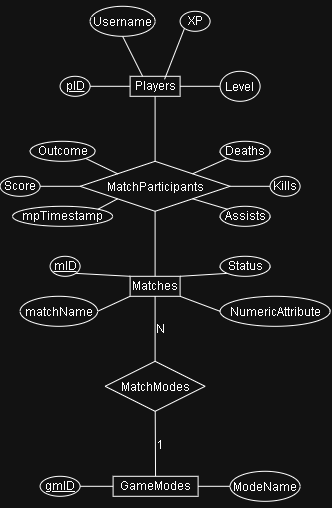
jangwmpt7/ex603-game-telemetry-database keeps this draw.io diagram as schema/ERD.png. Above is the earlier version. Source tidied: cells renumbered, new cells last; positions are measured from the earlier drawing's top-left corner, leaving out a move shared by most shapes.
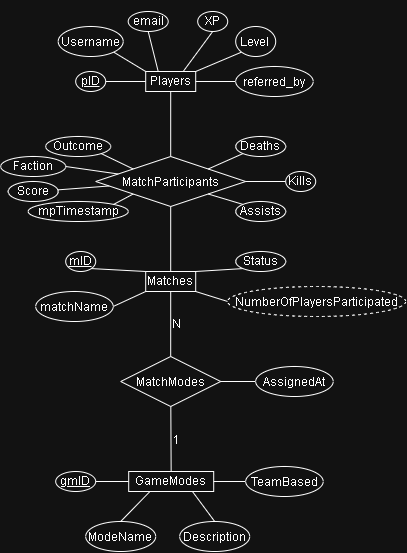
After the change.

What changed in the source:
```diff
@@ -45,32 +45,32 @@
     <mxCell id="14" value="&lt;u&gt;pID&lt;/u&gt;" style="ellipse;whiteSpace=wrap;html=1;shapeInside=1;" parent="1" vertex="1">
       <mxGeometry x="60" y="70" width="30" height="20" as="geometry" />
     </mxCell>
-    <mxCell id="15" style="edgeStyle=none;curved=1;rounded=0;jettySize=auto;html=1;exitX=0;exitY=0.5;exitDx=0;exitDy=0;entryX=1;entryY=0.5;entryDx=0;entryDy=0;fontSize=12;startSize=8;endSize=8;endArrow=none;endFill=0;" parent="1" edge="1" source="16" target="3">
+    <mxCell id="15" style="edgeStyle=none;curved=1;rounded=0;jettySize=auto;html=1;exitX=0;exitY=1;exitDx=0;exitDy=0;entryX=1;entryY=0;entryDx=0;entryDy=0;fontSize=12;startSize=8;endSize=8;endArrow=none;endFill=0;" parent="1" edge="1" source="16" target="3">
       <mxGeometry relative="1" as="geometry" />
     </mxCell>
     <mxCell id="16" value="Level" style="ellipse;whiteSpace=wrap;html=1;shapeInside=1;" parent="1" vertex="1">
-      <mxGeometry x="220" y="65" width="40" height="30" as="geometry" />
+      <mxGeometry x="220" y="25" width="40" height="30" as="geometry" />
     </mxCell>
-    <mxCell id="17" style="edgeStyle=none;curved=1;rounded=0;jettySize=auto;html=1;exitX=0.5;exitY=1;exitDx=0;exitDy=0;entryX=0.25;entryY=0;entryDx=0;entryDy=0;fontSize=12;startSize=8;endSize=8;endArrow=none;endFill=0;" parent="1" edge="1" source="18" target="3">
+    <mxCell id="17" style="edgeStyle=none;curved=1;rounded=0;jettySize=auto;html=1;exitX=1;exitY=1;exitDx=0;exitDy=0;entryX=0;entryY=0;entryDx=0;entryDy=0;fontSize=12;startSize=8;endSize=8;endArrow=none;endFill=0;" parent="1" edge="1" source="18" target="3">
       <mxGeometry relative="1" as="geometry" />
     </mxCell>
     <mxCell id="18" value="Username" style="ellipse;whiteSpace=wrap;html=1;shapeInside=1;" parent="1" vertex="1">
-      <mxGeometry x="90" width="65" height="30" as="geometry" />
+      <mxGeometry x="42.5" y="25" width="65" height="30" as="geometry" />
     </mxCell>
     <mxCell id="19" value="XP" style="ellipse;whiteSpace=wrap;html=1;shapeInside=1;" parent="1" vertex="1">
-      <mxGeometry x="180" y="5" width="30" height="20" as="geometry" />
+      <mxGeometry x="182" y="10" width="30" height="20" as="geometry" />
     </mxCell>
-    <mxCell id="20" style="edgeStyle=none;curved=1;rounded=0;jettySize=auto;html=1;exitX=0;exitY=1;exitDx=0;exitDy=0;entryX=0.689;entryY=0.15;entryDx=0;entryDy=0;entryPerimeter=0;fontSize=12;startSize=8;endSize=8;endArrow=none;endFill=0;" parent="1" edge="1" source="19" target="3">
+    <mxCell id="20" style="edgeStyle=none;curved=1;rounded=0;jettySize=auto;html=1;exitX=0.5;exitY=1;exitDx=0;exitDy=0;entryX=0.75;entryY=0;entryDx=0;entryDy=0;fontSize=12;startSize=8;endSize=8;endArrow=none;endFill=0;" parent="1" edge="1" source="19" target="3">
       <mxGeometry relative="1" as="geometry" />
     </mxCell>
     <mxCell id="21" value="mpTimestamp" style="ellipse;whiteSpace=wrap;html=1;shapeInside=1;" parent="1" vertex="1">
       <mxGeometry x="12.5" y="200" width="100" height="20" as="geometry" />
     </mxCell>
-    <mxCell id="22" style="edgeStyle=none;curved=1;rounded=0;jettySize=auto;html=1;exitX=1;exitY=0.5;exitDx=0;exitDy=0;entryX=0;entryY=0.5;entryDx=0;entryDy=0;fontSize=12;startSize=8;endSize=8;endArrow=none;endFill=0;" parent="1" edge="1" source="23" target="9">
+    <mxCell id="22" style="edgeStyle=none;curved=1;rounded=0;jettySize=auto;html=1;fontSize=12;startSize=8;endSize=8;endArrow=none;endFill=0;" parent="1" edge="1" source="23" target="9">
       <mxGeometry relative="1" as="geometry" />
     </mxCell>
     <mxCell id="23" value="Score" style="ellipse;whiteSpace=wrap;html=1;shapeInside=1;" parent="1" vertex="1">
-      <mxGeometry y="170" width="40" height="20" as="geometry" />
+      <mxGeometry x="-7.5" y="180" width="50" height="20" as="geometry" />
     </mxCell>
     <mxCell id="24" style="edgeStyle=none;curved=1;rounded=0;jettySize=auto;html=1;exitX=1;exitY=1;exitDx=0;exitDy=0;entryX=0;entryY=0;entryDx=0;entryDy=0;fontSize=12;startSize=8;endSize=8;endArrow=none;endFill=0;" parent="1" edge="1" source="25" target="9">
       <mxGeometry relative="1" as="geometry" />
@@ -120,8 +120,8 @@
     <mxCell id="39" style="edgeStyle=none;curved=1;rounded=0;jettySize=auto;html=1;exitX=0;exitY=0.5;exitDx=0;exitDy=0;entryX=1;entryY=1;entryDx=0;entryDy=0;fontSize=12;startSize=8;endSize=8;endArrow=none;endFill=0;" parent="1" edge="1" source="40" target="5">
       <mxGeometry relative="1" as="geometry" />
     </mxCell>
-    <mxCell id="40" value="NumericAttribute" style="ellipse;whiteSpace=wrap;html=1;shapeInside=1;" parent="1" vertex="1">
-      <mxGeometry x="220" y="290" width="110" height="30" as="geometry" />
+    <mxCell id="40" value="NumberOfPlayersParticipated" style="ellipse;whiteSpace=wrap;html=1;shapeInside=1;dashed=1;" parent="1" vertex="1">
+      <mxGeometry x="212" y="285" width="178" height="30" as="geometry" />
     </mxCell>
     <mxCell id="41" style="edgeStyle=none;curved=1;rounded=0;jettySize=auto;html=1;exitX=1;exitY=0.5;exitDx=0;exitDy=0;entryX=0;entryY=0.5;entryDx=0;entryDy=0;fontSize=12;startSize=8;endSize=8;endArrow=none;endFill=0;" parent="1" edge="1" source="42" target="8">
       <mxGeometry relative="1" as="geometry" />
@@ -132,8 +132,44 @@
     <mxCell id="43" style="edgeStyle=none;curved=1;rounded=0;jettySize=auto;html=1;exitX=0;exitY=0.5;exitDx=0;exitDy=0;fontSize=12;startSize=8;endSize=8;endArrow=none;endFill=0;" parent="1" edge="1" source="44" target="8">
       <mxGeometry relative="1" as="geometry" />
     </mxCell>
-    <mxCell id="44" value="ModeName" style="ellipse;whiteSpace=wrap;html=1;shapeInside=1;" parent="1" vertex="1">
-      <mxGeometry x="230" y="465" width="70" height="30" as="geometry" />
+    <mxCell id="44" value="TeamBased" style="ellipse;whiteSpace=wrap;html=1;shapeInside=1;" parent="1" vertex="1">
+      <mxGeometry x="230" y="465" width="77.5" height="30" as="geometry" />
     </mxCell>
+    <mxCell id="45" style="edgeStyle=none;curved=1;rounded=0;jettySize=auto;html=1;exitX=0;exitY=0.5;exitDx=0;exitDy=0;entryX=1;entryY=0.5;entryDx=0;entryDy=0;fontSize=12;startSize=8;endSize=8;startArrow=none;startFill=0;endArrow=none;endFill=0;" parent="1" edge="1" source="46" target="3">
+      <mxGeometry relative="1" as="geometry" />
+    </mxCell>
+    <mxCell id="46" value="referred_by" style="ellipse;whiteSpace=wrap;html=1;shapeInside=1;" parent="1" vertex="1">
+      <mxGeometry x="220" y="65" width="77.5" height="30" as="geometry" />
+    </mxCell>
+    <mxCell id="47" style="edgeStyle=none;curved=1;rounded=0;jettySize=auto;html=1;exitX=0.5;exitY=1;exitDx=0;exitDy=0;entryX=0.25;entryY=0;entryDx=0;entryDy=0;fontSize=12;startSize=8;endSize=8;endArrow=none;endFill=0;" parent="1" edge="1" source="48" target="3">
+      <mxGeometry relative="1" as="geometry" />
+    </mxCell>
+    <mxCell id="48" value="email" style="ellipse;whiteSpace=wrap;html=1;shapeInside=1;" parent="1" vertex="1">
+      <mxGeometry x="112.5" y="10" width="40" height="20" as="geometry" />
+    </mxCell>
+    <mxCell id="49" style="edgeStyle=none;curved=1;rounded=0;jettySize=auto;html=1;exitX=0.5;exitY=0;exitDx=0;exitDy=0;entryX=0.25;entryY=1;entryDx=0;entryDy=0;fontSize=12;startSize=8;endSize=8;endArrow=none;endFill=0;" parent="1" edge="1" source="50" target="8">
+      <mxGeometry relative="1" as="geometry" />
+    </mxCell>
+    <mxCell id="50" value="ModeName" style="ellipse;whiteSpace=wrap;html=1;shapeInside=1;" parent="1" vertex="1">
+      <mxGeometry x="70" y="520" width="70" height="30" as="geometry" />
+    </mxCell>
+    <mxCell id="51" style="edgeStyle=none;curved=1;rounded=0;jettySize=auto;html=1;exitX=0.5;exitY=0;exitDx=0;exitDy=0;entryX=0.75;entryY=1;entryDx=0;entryDy=0;fontSize=12;startSize=8;endSize=8;endArrow=none;endFill=0;" parent="1" edge="1" source="52" target="8">
+      <mxGeometry relative="1" as="geometry" />
+    </mxCell>
+    <mxCell id="52" value="Description" style="ellipse;whiteSpace=wrap;html=1;shapeInside=1;" parent="1" vertex="1">
+      <mxGeometry x="164" y="520" width="70" height="30" as="geometry" />
+    </mxCell>
+    <mxCell id="53" style="edgeStyle=none;curved=1;rounded=0;jettySize=auto;html=1;exitX=0;exitY=0.5;exitDx=0;exitDy=0;entryX=1;entryY=0.5;entryDx=0;entryDy=0;fontSize=12;startSize=8;endSize=8;endArrow=none;endFill=0;" parent="1" edge="1" source="54" target="12">
+      <mxGeometry relative="1" as="geometry" />
+    </mxCell>
+    <mxCell id="54" value="AssignedAt" style="ellipse;whiteSpace=wrap;html=1;shapeInside=1;" parent="1" vertex="1">
+      <mxGeometry x="240" y="365" width="77.5" height="30" as="geometry" />
+    </mxCell>
+    <mxCell id="55" style="edgeStyle=none;curved=1;rounded=0;jettySize=auto;html=1;exitX=1;exitY=0.5;exitDx=0;exitDy=0;fontSize=12;startSize=8;endSize=8;endArrow=none;endFill=0;" parent="1" edge="1" source="56" target="9">
+      <mxGeometry relative="1" as="geometry" />
+    </mxCell>
+    <mxCell id="56" value="Faction" style="ellipse;whiteSpace=wrap;html=1;shapeInside=1;" parent="1" vertex="1">
+      <mxGeometry x="-15" y="155" width="65" height="20" as="geometry" />
+    </mxCell>
   </root>
 </mxGraphModel>
```
